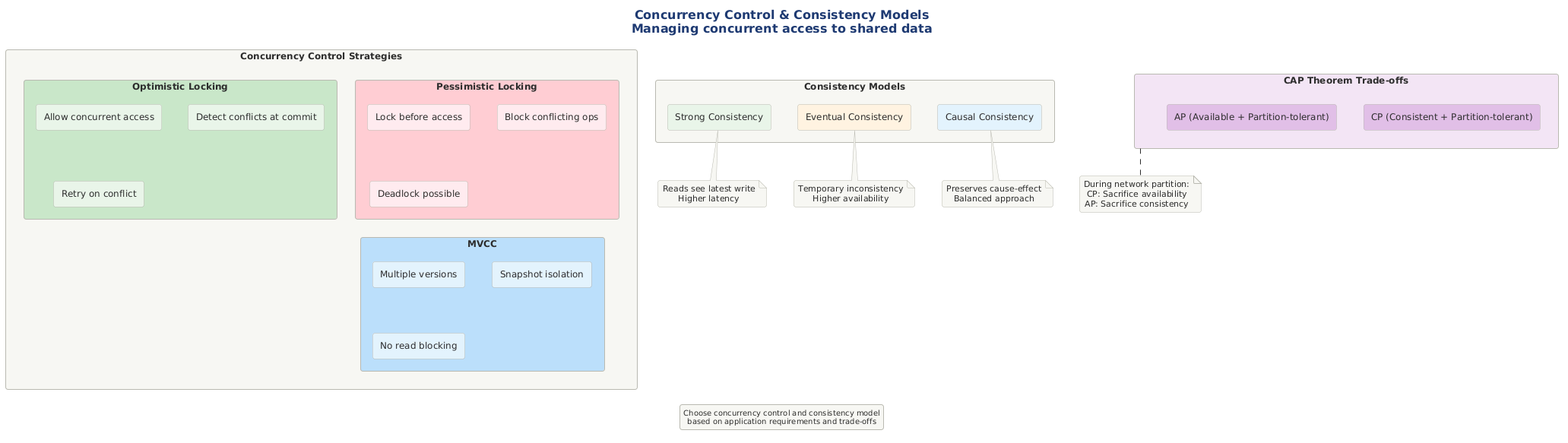
Notoriousjayy/latex-docs keeps this PlantUML diagram as src/architecture/views-and-beyond/style-catalogs/component-and-connector/shared-data-style/png/concurrency-control-consistency-models.png. Above is the earlier version. Source of this version:
```plantuml
@startuml

title Concurrency Control & Consistency Models\nManaging concurrent access to shared data

!include ../../../../../../tooling/styles/plantuml/structural/component-diagram-style.iuml

rectangle "Concurrency Control Strategies" as concurrency {
    rectangle "Pessimistic Locking" as pessimistic #FFCDD2 {
        rectangle "Lock before access" as lock1 #FFEBEE
        rectangle "Block conflicting ops" as lock2 #FFEBEE
        rectangle "Deadlock possible" as lock3 #FFEBEE
    }

    rectangle "Optimistic Locking" as optimistic #C8E6C9 {
        rectangle "Allow concurrent access" as opt1 #E8F5E9
        rectangle "Detect conflicts at commit" as opt2 #E8F5E9
        rectangle "Retry on conflict" as opt3 #E8F5E9
    }

    rectangle "MVCC" as mvcc #BBDEFB {
        rectangle "Multiple versions" as mv1 #E3F2FD
        rectangle "Snapshot isolation" as mv2 #E3F2FD
        rectangle "No read blocking" as mv3 #E3F2FD
    }
}

rectangle "Consistency Models" as consistency {
    rectangle "Strong Consistency" as strong #E8F5E9
    rectangle "Eventual Consistency" as eventual #FFF3E0
    rectangle "Causal Consistency" as causal #E3F2FD
}

rectangle "CAP Theorem Trade-offs" as cap #F3E5F5 {
    rectangle "CP (Consistent + Partition-tolerant)" as cp #E1BEE7
    rectangle "AP (Available + Partition-tolerant)" as ap #E1BEE7
}

note bottom of strong
  Reads see latest write
  Higher latency
end note

note bottom of eventual
  Temporary inconsistency
  Higher availability
end note

note bottom of causal
  Preserves cause-effect
  Balanced approach
end note

note bottom of cap
  During network partition:
  CP: Sacrifice availability
  AP: Sacrifice consistency
end note

legend bottom
  Choose concurrency control and consistency model
  based on application requirements and trade-offs
endlegend

@enduml
```
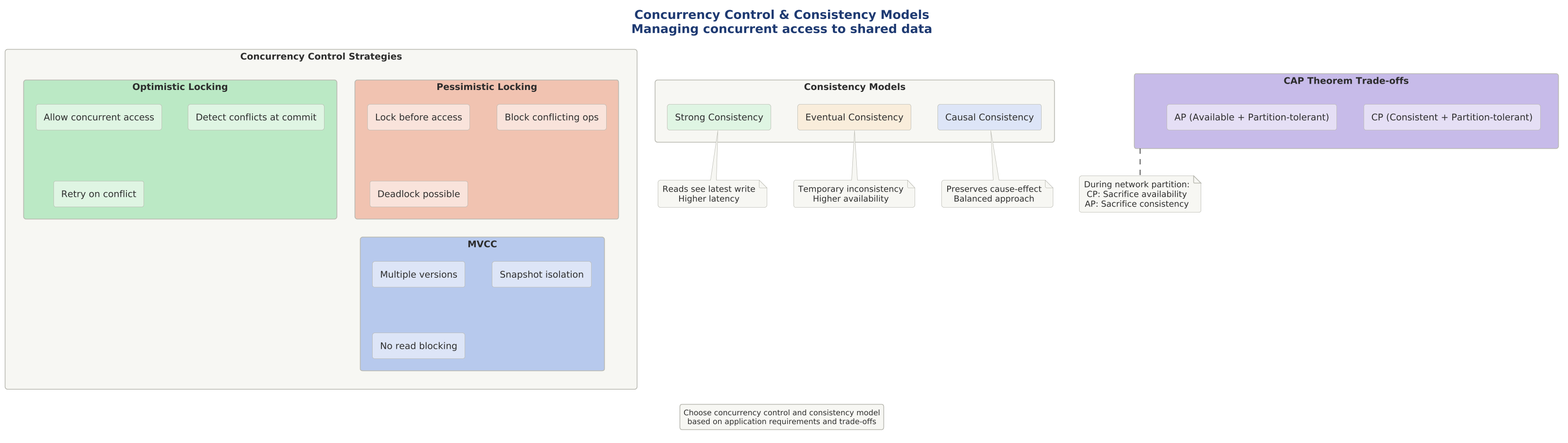
After the commit.

What changed in the source:
```diff
@@ -1,38 +1,43 @@
 @startuml
+
+skinparam dpi 150
+
+
+
 
 title Concurrency Control & Consistency Models\nManaging concurrent access to shared data
 
 !include ../../../../../../tooling/styles/plantuml/structural/component-diagram-style.iuml
 
 rectangle "Concurrency Control Strategies" as concurrency {
-    rectangle "Pessimistic Locking" as pessimistic #FFCDD2 {
-        rectangle "Lock before access" as lock1 #FFEBEE
-        rectangle "Block conflicting ops" as lock2 #FFEBEE
-        rectangle "Deadlock possible" as lock3 #FFEBEE
+    rectangle "Pessimistic Locking" as pessimistic $deep_invalid {
+        rectangle "Lock before access" as lock1 $fill_invalid
+        rectangle "Block conflicting ops" as lock2 $fill_invalid
+        rectangle "Deadlock possible" as lock3 $fill_invalid
     }
 
-    rectangle "Optimistic Locking" as optimistic #C8E6C9 {
-        rectangle "Allow concurrent access" as opt1 #E8F5E9
-        rectangle "Detect conflicts at commit" as opt2 #E8F5E9
-        rectangle "Retry on conflict" as opt3 #E8F5E9
+    rectangle "Optimistic Locking" as optimistic $deep_ok {
+        rectangle "Allow concurrent access" as opt1 $fill_ok
+        rectangle "Detect conflicts at commit" as opt2 $fill_ok
+        rectangle "Retry on conflict" as opt3 $fill_ok
     }
 
-    rectangle "MVCC" as mvcc #BBDEFB {
-        rectangle "Multiple versions" as mv1 #E3F2FD
-        rectangle "Snapshot isolation" as mv2 #E3F2FD
-        rectangle "No read blocking" as mv3 #E3F2FD
+    rectangle "MVCC" as mvcc $deep_primary {
+        rectangle "Multiple versions" as mv1 $fill_primary
+        rectangle "Snapshot isolation" as mv2 $fill_primary
+        rectangle "No read blocking" as mv3 $fill_primary
     }
 }
 
 rectangle "Consistency Models" as consistency {
-    rectangle "Strong Consistency" as strong #E8F5E9
-    rectangle "Eventual Consistency" as eventual #FFF3E0
-    rectangle "Causal Consistency" as causal #E3F2FD
+    rectangle "Strong Consistency" as strong $fill_ok
+    rectangle "Eventual Consistency" as eventual $fill_caution
+    rectangle "Causal Consistency" as causal $fill_primary
 }
 
-rectangle "CAP Theorem Trade-offs" as cap #F3E5F5 {
-    rectangle "CP (Consistent + Partition-tolerant)" as cp #E1BEE7
-    rectangle "AP (Available + Partition-tolerant)" as ap #E1BEE7
+rectangle "CAP Theorem Trade-offs" as cap $deep_alt {
+    rectangle "CP (Consistent + Partition-tolerant)" as cp $fill_alt
+    rectangle "AP (Available + Partition-tolerant)" as ap $fill_alt
 }
 
 note bottom of strong
```
